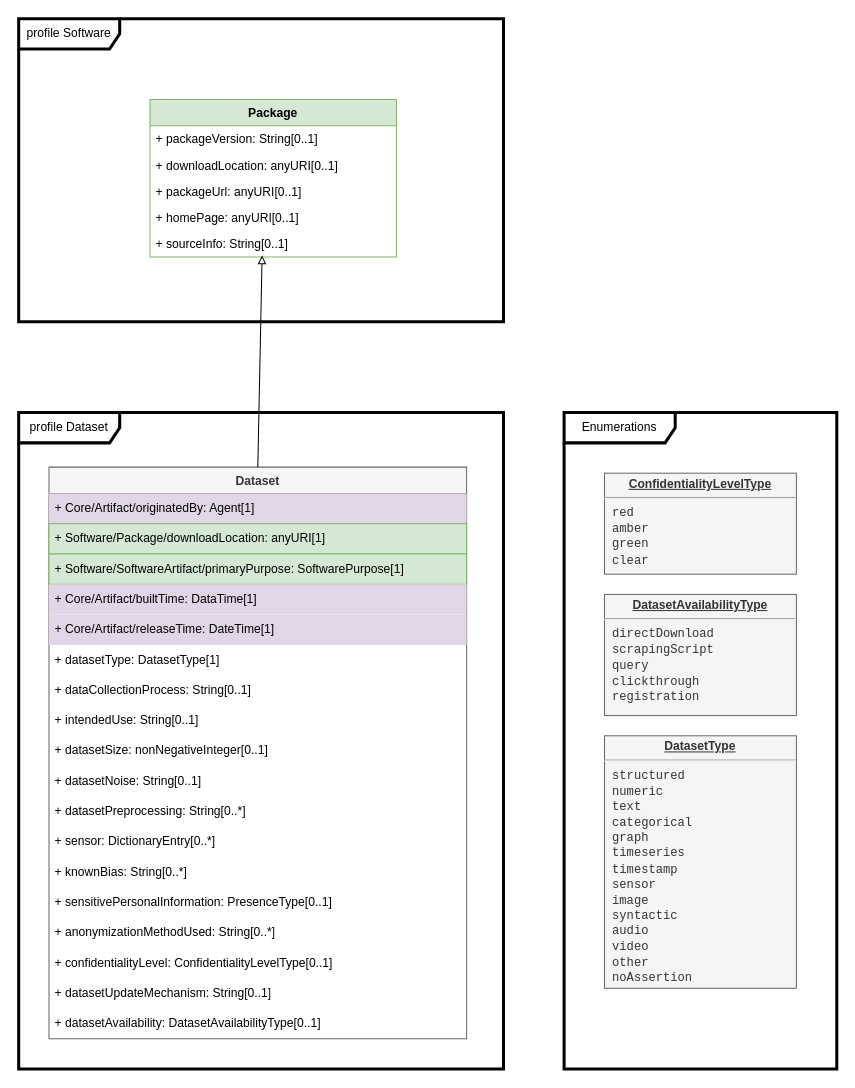
Above: page "Dataset" (6 of 7) of model.drawio in spdx/spdx-3-model (draw.io), before the change. Source tidied: cells renumbered, new cells numbered last; positions are measured from the earlier drawing's top-left corner, leaving out a move shared by most shapes. Both pictures are drawn from the tidied source at 101%, with x=0, y=0 at pixel (18, 18).
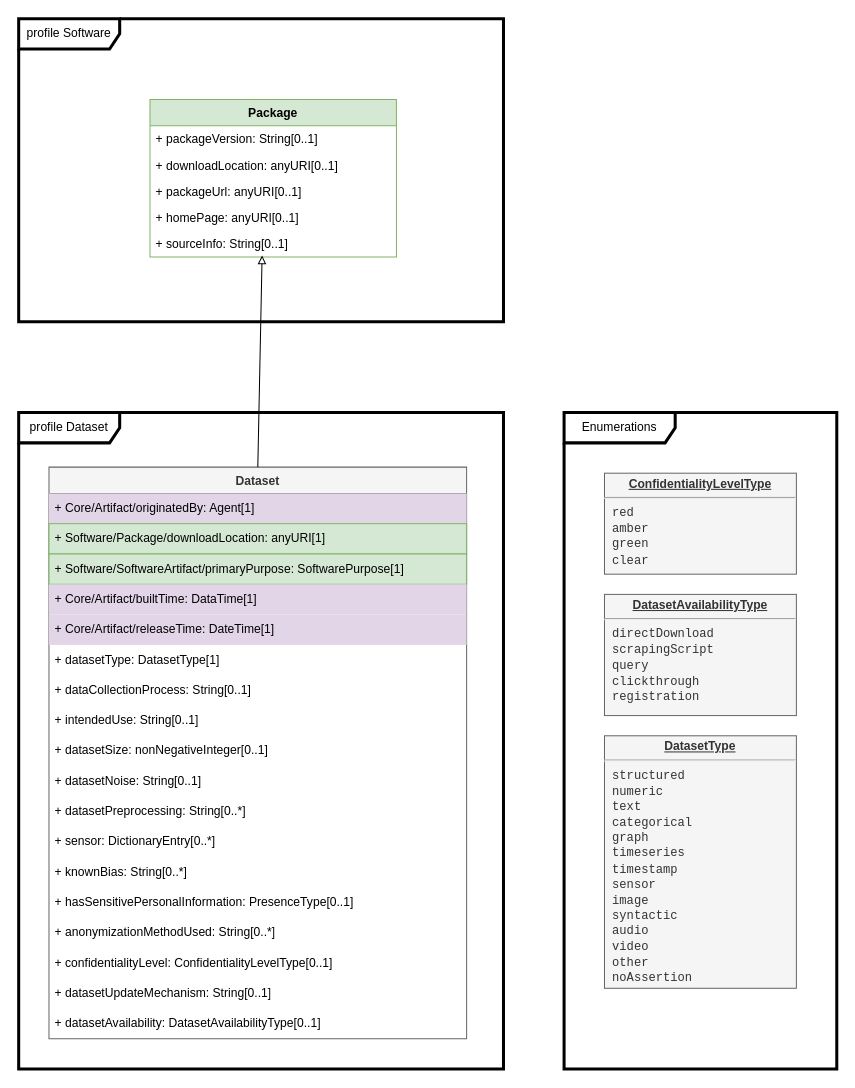
Above is the later version.

Unchanged cells that the change refers to:
```xml
<mxCell id="10" value="Dataset" style="swimlane;fontStyle=1;horizontal=1;startSize=26;fillColor=#f5f5f5;strokeColor=#666666;fontColor=#333333;" parent="1" vertex="1">
  <mxGeometry x="30" y="444" width="413.5" height="566" as="geometry" />
</mxCell>
```

The edit, as a diff of the source:
```diff
@@
-    <mxCell id="24" value="+ sensitivePersonalInformation: PresenceType[0..1]" style="text;strokeColor=none;fillColor=none;align=left;verticalAlign=middle;spacingLeft=4;spacingRight=4;overflow=hidden;whiteSpace=wrap;html=1;" parent="10" vertex="1">
+    <mxCell id="24" value="+ hasSensitivePersonalInformation: PresenceType[0..1]" style="text;strokeColor=none;fillColor=none;align=left;verticalAlign=middle;spacingLeft=4;spacingRight=4;overflow=hidden;whiteSpace=wrap;html=1;" parent="10" vertex="1">
       <mxGeometry y="416" width="413.5" height="30" as="geometry" />
     </mxCell>
```
